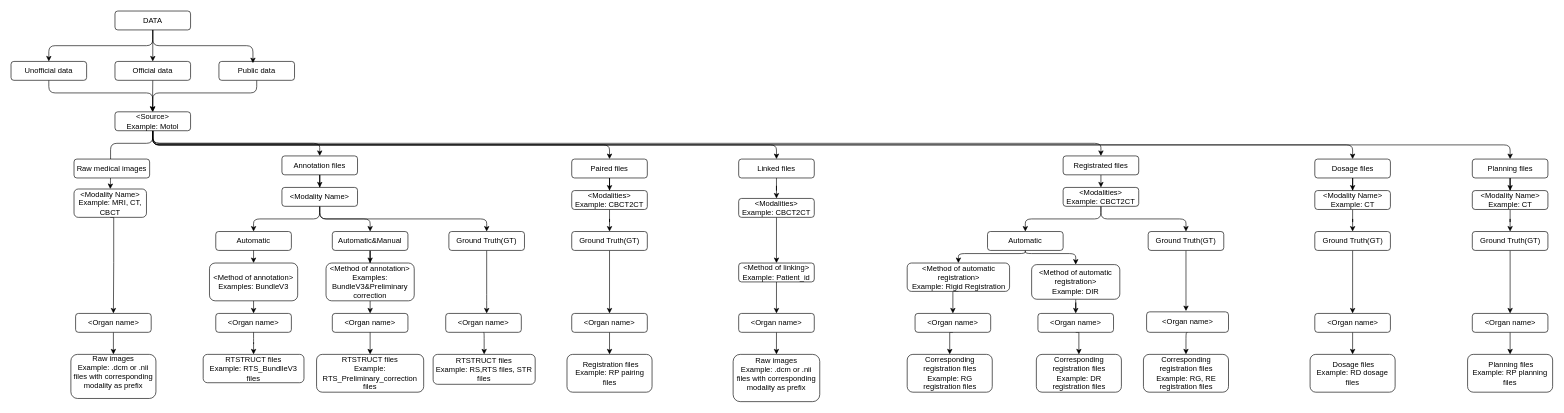
Earlier version of the draw.io diagram Structuring the data on disk a/Data.drawio (EvelinaAleksiutenko-ujp/eale-ujp-obsidian-docs). Source tidied: cells renumbered, new cells numbered last; positions are measured from the earlier drawing's top-left corner, leaving out a move shared by most shapes. Both pictures are drawn from the tidied source at 63%, with x=0, y=0 at pixel (11, 11).
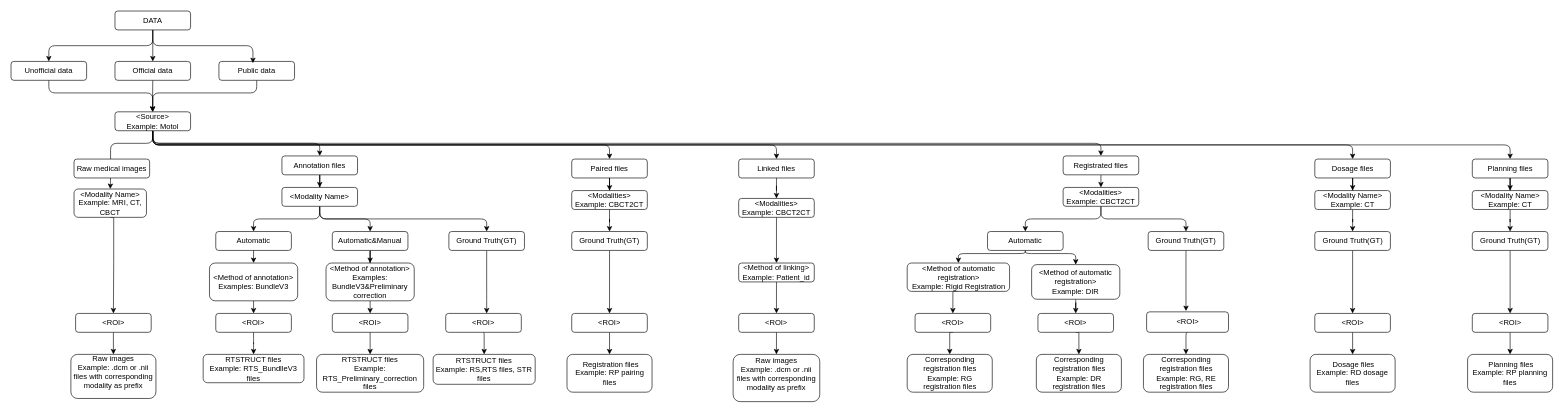
Above is the later version.

Commit message (it also covers changes not shown here):
docs: change Organ name to ROI

What changed in the source:
```diff
@@
-    <mxCell id="13" value="&amp;lt;Organ name&amp;gt;" style="rounded=1;whiteSpace=wrap;html=1;" parent="1" vertex="1">
+    <mxCell id="13" value="&amp;lt;ROI&amp;gt;" style="rounded=1;whiteSpace=wrap;html=1;" parent="1" vertex="1">
       <mxGeometry x="102.5" y="480" width="120" height="30" as="geometry" />
     </mxCell>
@@
-    <mxCell id="45" value="&amp;lt;Organ name&amp;gt;" style="rounded=1;whiteSpace=wrap;html=1;" parent="1" vertex="1">
+    <mxCell id="45" value="&amp;lt;ROI&amp;gt;" style="rounded=1;whiteSpace=wrap;html=1;" parent="1" vertex="1">
       <mxGeometry x="325" y="480" width="120" height="30" as="geometry" />
     </mxCell>
@@
-    <mxCell id="50" value="&amp;lt;Organ name&amp;gt;" style="rounded=1;whiteSpace=wrap;html=1;" parent="1" vertex="1">
+    <mxCell id="50" value="&amp;lt;ROI&amp;gt;" style="rounded=1;whiteSpace=wrap;html=1;" parent="1" vertex="1">
       <mxGeometry x="690" y="480" width="120" height="30" as="geometry" />
     </mxCell>
@@
-    <mxCell id="53" value="&amp;lt;Organ name&amp;gt;" style="rounded=1;whiteSpace=wrap;html=1;" parent="1" vertex="1">
+    <mxCell id="53" value="&amp;lt;ROI&amp;gt;" style="rounded=1;whiteSpace=wrap;html=1;" parent="1" vertex="1">
       <mxGeometry x="510" y="480" width="120" height="30" as="geometry" />
     </mxCell>
@@
-    <mxCell id="60" value="&amp;lt;Organ name&amp;gt;" style="rounded=1;whiteSpace=wrap;html=1;" parent="1" vertex="1">
+    <mxCell id="60" value="&amp;lt;ROI&amp;gt;" style="rounded=1;whiteSpace=wrap;html=1;" parent="1" vertex="1">
       <mxGeometry x="1630" y="480" width="120" height="30" as="geometry" />
     </mxCell>
@@
-    <mxCell id="75" value="&amp;lt;Organ name&amp;gt;" style="rounded=1;whiteSpace=wrap;html=1;" parent="1" vertex="1">
+    <mxCell id="75" value="&amp;lt;ROI&amp;gt;" style="rounded=1;whiteSpace=wrap;html=1;" parent="1" vertex="1">
       <mxGeometry x="1435" y="480" width="120" height="30" as="geometry" />
     </mxCell>
@@
-    <mxCell id="78" value="&amp;lt;Organ name&amp;gt;" style="rounded=1;whiteSpace=wrap;html=1;" parent="1" vertex="1">
+    <mxCell id="78" value="&amp;lt;ROI&amp;gt;" style="rounded=1;whiteSpace=wrap;html=1;" parent="1" vertex="1">
       <mxGeometry x="1802.5" y="477.5" width="130" height="32.5" as="geometry" />
     </mxCell>
@@
-    <mxCell id="83" value="&amp;lt;Organ name&amp;gt;" style="rounded=1;whiteSpace=wrap;html=1;" parent="1" vertex="1">
+    <mxCell id="83" value="&amp;lt;ROI&amp;gt;" style="rounded=1;whiteSpace=wrap;html=1;" parent="1" vertex="1">
       <mxGeometry x="890" y="480" width="120" height="30" as="geometry" />
     </mxCell>
@@
-    <mxCell id="88" value="&amp;lt;Organ name&amp;gt;" style="rounded=1;whiteSpace=wrap;html=1;" parent="1" vertex="1">
+    <mxCell id="88" value="&amp;lt;ROI&amp;gt;" style="rounded=1;whiteSpace=wrap;html=1;" parent="1" vertex="1">
       <mxGeometry x="1155" y="480" width="120" height="30" as="geometry" />
     </mxCell>
@@
-    <mxCell id="97" value="&amp;lt;Organ name&amp;gt;" style="rounded=1;whiteSpace=wrap;html=1;" parent="1" vertex="1">
+    <mxCell id="97" value="&amp;lt;ROI&amp;gt;" style="rounded=1;whiteSpace=wrap;html=1;" parent="1" vertex="1">
       <mxGeometry x="2069.5" y="480" width="120" height="30" as="geometry" />
     </mxCell>
@@
-    <mxCell id="106" value="&amp;lt;Organ name&amp;gt;" style="rounded=1;whiteSpace=wrap;html=1;" parent="1" vertex="1">
+    <mxCell id="106" value="&amp;lt;ROI&amp;gt;" style="rounded=1;whiteSpace=wrap;html=1;" parent="1" vertex="1">
       <mxGeometry x="2319.5" y="480" width="120" height="30" as="geometry" />
     </mxCell>
```
